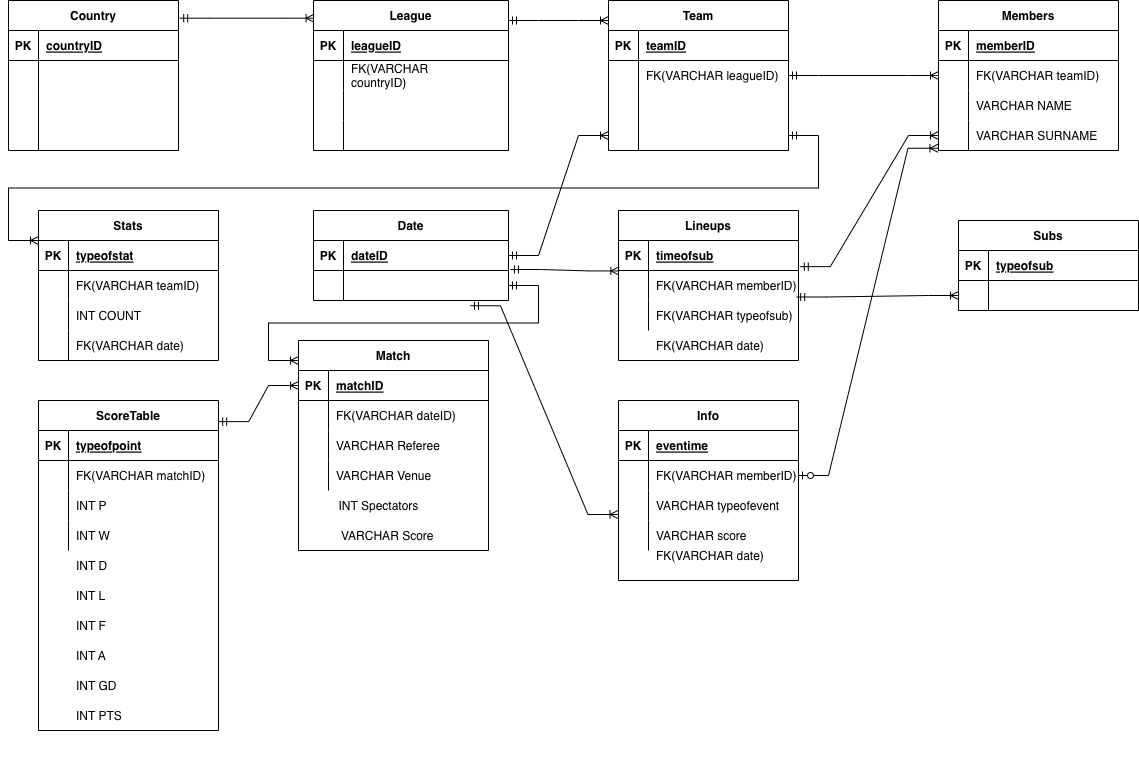
This is Team 7- ERD.png from peterdsp/Team-7-Relational-Database-Concepts-Mini-Assignment, a draw.io export, as it was before one commit. Source tidied: cells renumbered, new cells last; positions are measured from the earlier drawing's top-left corner, leaving out a move shared by most shapes.
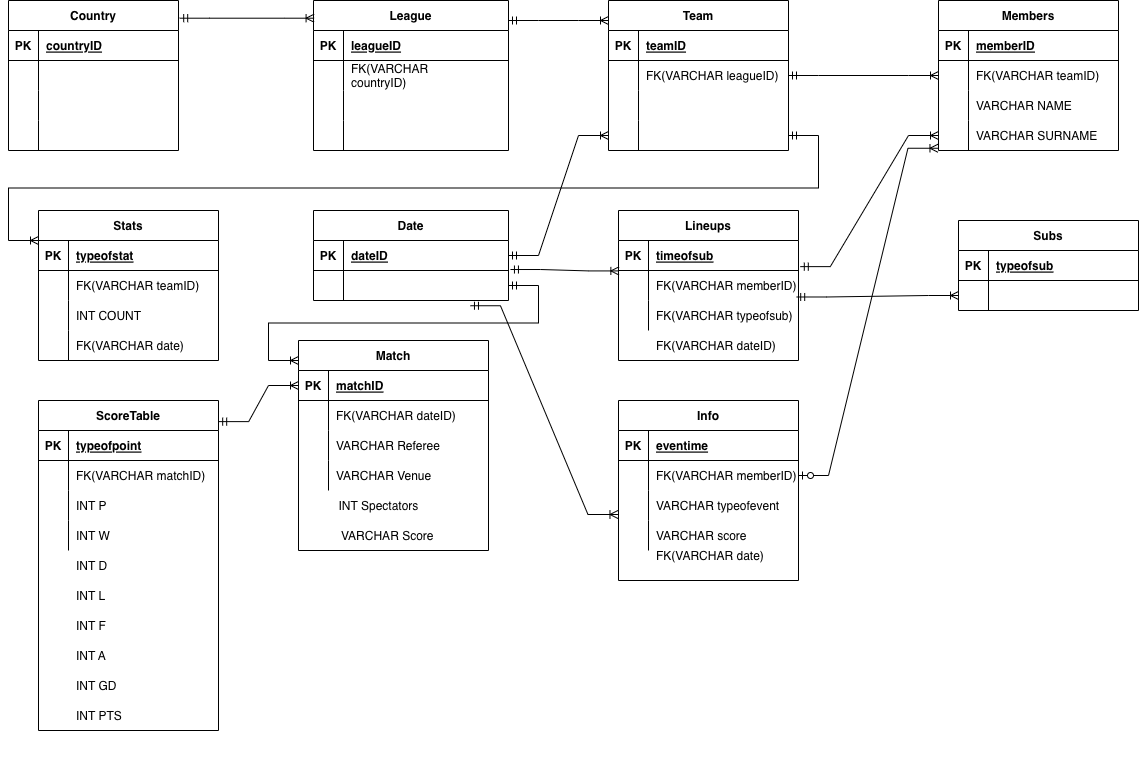
After the commit.

What changed in the source:
```diff
@@ -395,7 +395,7 @@
     <mxCell id="132" style="shape=partialRectangle;fillColor=none;top=0;left=0;bottom=0;right=0;overflow=hidden;" parent="131" vertex="1">
       <mxGeometry width="30" height="30" as="geometry" />
     </mxCell>
-    <mxCell id="133" value="FK(VARCHAR date)" style="shape=partialRectangle;fillColor=none;top=0;left=0;bottom=0;right=0;align=left;spacingLeft=6;overflow=hidden;" parent="1" vertex="1">
+    <mxCell id="133" value="FK(VARCHAR dateID)" style="shape=partialRectangle;fillColor=none;top=0;left=0;bottom=0;right=0;align=left;spacingLeft=6;overflow=hidden;" parent="1" vertex="1">
       <mxGeometry x="640" y="330" width="150" height="30" as="geometry" />
     </mxCell>
     <mxCell id="134" style="edgeStyle=entityRelationEdgeStyle;fontSize=12;html=1;endArrow=ERoneToMany;startArrow=ERmandOne;rounded=0;entryX=0.003;entryY=0.118;entryDx=0;entryDy=0;entryPerimeter=0;exitX=1.007;exitY=0.118;exitDx=0;exitDy=0;exitPerimeter=0;" parent="1" edge="1" source="16" target="29">
```
